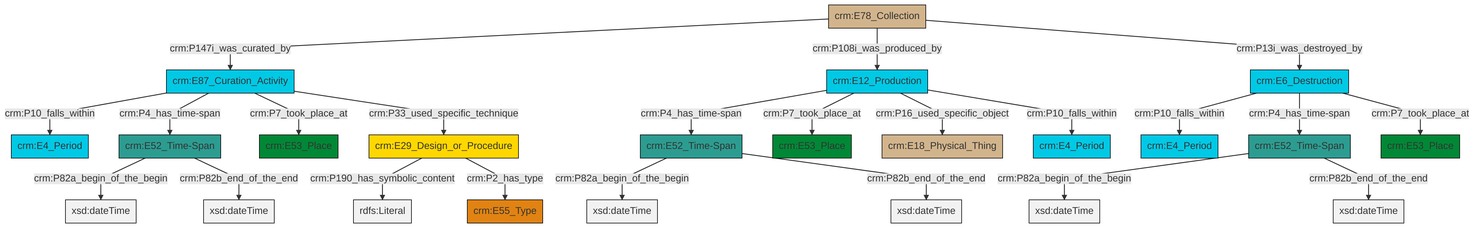
swiss-art-research-net/docs.swissartresearch keeps this Mermaid diagram as et/archivalCSV/ttl/mmd/png/archival_existence.png. Above is the earlier version. Its source is kept beside it as et/archivalCSV/ttl/mmd/archival_existence.ttl.mmd.
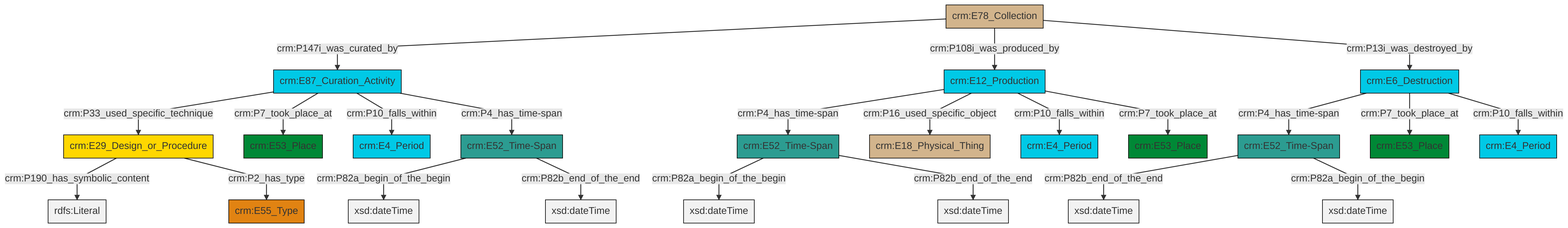
The same diagram one commit later.

The edit, as a diff of the source:
```diff
@@ -13,25 +13,25 @@
 classDef PC_Classes fill:#4ce600, stroke:#000000;
 classDef Multi fill:#cccccc,stroke:#000000;
 
-0["crm:E52_Time-Span"]:::Time-Span -->|crm:P82a_begin_of_the_begin| 1[xsd:dateTime]:::Literal
-2["crm:E29_Design_or_Procedure"]:::Conceptual_Object -->|crm:P190_has_symbolic_content| 3[rdfs:Literal]:::Literal
-6["crm:E87_Curation_Activity"]:::Temporal_Entity -->|crm:P10_falls_within| 7["crm:E4_Period"]:::Temporal_Entity
-2["crm:E29_Design_or_Procedure"]:::Conceptual_Object -->|crm:P2_has_type| 12["crm:E55_Type"]:::Type
+4["crm:E29_Design_or_Procedure"]:::Conceptual_Object -->|crm:P190_has_symbolic_content| 5[rdfs:Literal]:::Literal
+6["crm:E87_Curation_Activity"]:::Temporal_Entity -->|crm:P33_used_specific_technique| 4["crm:E29_Design_or_Procedure"]:::Conceptual_Object
+14["crm:E12_Production"]:::Temporal_Entity -->|crm:P4_has_time-span| 15["crm:E52_Time-Span"]:::Time-Span
+16["crm:E6_Destruction"]:::Temporal_Entity -->|crm:P4_has_time-span| 12["crm:E52_Time-Span"]:::Time-Span
+15["crm:E52_Time-Span"]:::Time-Span -->|crm:P82a_begin_of_the_begin| 17[xsd:dateTime]:::Literal
+14["crm:E12_Production"]:::Temporal_Entity -->|crm:P16_used_specific_object| 18["crm:E18_Physical_Thing"]:::Physical_Thing
+6["crm:E87_Curation_Activity"]:::Temporal_Entity -->|crm:P7_took_place_at| 0["crm:E53_Place"]:::Place
+8["crm:E52_Time-Span"]:::Time-Span -->|crm:P82a_begin_of_the_begin| 19[xsd:dateTime]:::Literal
+8["crm:E52_Time-Span"]:::Time-Span -->|crm:P82b_end_of_the_end| 20[xsd:dateTime]:::Literal
+16["crm:E6_Destruction"]:::Temporal_Entity -->|crm:P7_took_place_at| 10["crm:E53_Place"]:::Place
+12["crm:E52_Time-Span"]:::Time-Span -->|crm:P82b_end_of_the_end| 24[xsd:dateTime]:::Literal
+16["crm:E6_Destruction"]:::Temporal_Entity -->|crm:P10_falls_within| 25["crm:E4_Period"]:::Temporal_Entity
+21["crm:E78_Collection"]:::Physical_Thing -->|crm:P147i_was_curated_by| 6["crm:E87_Curation_Activity"]:::Temporal_Entity
+6["crm:E87_Curation_Activity"]:::Temporal_Entity -->|crm:P10_falls_within| 28["crm:E4_Period"]:::Temporal_Entity
+21["crm:E78_Collection"]:::Physical_Thing -->|crm:P108i_was_produced_by| 14["crm:E12_Production"]:::Temporal_Entity
 6["crm:E87_Curation_Activity"]:::Temporal_Entity -->|crm:P4_has_time-span| 8["crm:E52_Time-Span"]:::Time-Span
-17["crm:E78_Collection"]:::Physical_Thing -->|crm:P147i_was_curated_by| 6["crm:E87_Curation_Activity"]:::Temporal_Entity
-6["crm:E87_Curation_Activity"]:::Temporal_Entity -->|crm:P7_took_place_at| 18["crm:E53_Place"]:::Place
-19["crm:E6_Destruction"]:::Temporal_Entity -->|crm:P10_falls_within| 20["crm:E4_Period"]:::Temporal_Entity
-8["crm:E52_Time-Span"]:::Time-Span -->|crm:P82a_begin_of_the_begin| 23[xsd:dateTime]:::Literal
-4["crm:E12_Production"]:::Temporal_Entity -->|crm:P4_has_time-span| 0["crm:E52_Time-Span"]:::Time-Span
-6["crm:E87_Curation_Activity"]:::Temporal_Entity -->|crm:P33_used_specific_technique| 2["crm:E29_Design_or_Procedure"]:::Conceptual_Object
-10["crm:E52_Time-Span"]:::Time-Span -->|crm:P82a_begin_of_the_begin| 25[xsd:dateTime]:::Literal
-4["crm:E12_Production"]:::Temporal_Entity -->|crm:P7_took_place_at| 27["crm:E53_Place"]:::Place
-19["crm:E6_Destruction"]:::Temporal_Entity -->|crm:P4_has_time-span| 10["crm:E52_Time-Span"]:::Time-Span
-4["crm:E12_Production"]:::Temporal_Entity -->|crm:P16_used_specific_object| 13["crm:E18_Physical_Thing"]:::Physical_Thing
-19["crm:E6_Destruction"]:::Temporal_Entity -->|crm:P7_took_place_at| 21["crm:E53_Place"]:::Place
-10["crm:E52_Time-Span"]:::Time-Span -->|crm:P82b_end_of_the_end| 30[xsd:dateTime]:::Literal
-4["crm:E12_Production"]:::Temporal_Entity -->|crm:P10_falls_within| 32["crm:E4_Period"]:::Temporal_Entity
-0["crm:E52_Time-Span"]:::Time-Span -->|crm:P82b_end_of_the_end| 34[xsd:dateTime]:::Literal
-8["crm:E52_Time-Span"]:::Time-Span -->|crm:P82b_end_of_the_end| 35[xsd:dateTime]:::Literal
-17["crm:E78_Collection"]:::Physical_Thing -->|crm:P108i_was_produced_by| 4["crm:E12_Production"]:::Temporal_Entity
-17["crm:E78_Collection"]:::Physical_Thing -->|crm:P13i_was_destroyed_by| 19["crm:E6_Destruction"]:::Temporal_Entity
+14["crm:E12_Production"]:::Temporal_Entity -->|crm:P10_falls_within| 29["crm:E4_Period"]:::Temporal_Entity
+4["crm:E29_Design_or_Procedure"]:::Conceptual_Object -->|crm:P2_has_type| 30["crm:E55_Type"]:::Type
+21["crm:E78_Collection"]:::Physical_Thing -->|crm:P13i_was_destroyed_by| 16["crm:E6_Destruction"]:::Temporal_Entity
+15["crm:E52_Time-Span"]:::Time-Span -->|crm:P82b_end_of_the_end| 35[xsd:dateTime]:::Literal
+14["crm:E12_Production"]:::Temporal_Entity -->|crm:P7_took_place_at| 2["crm:E53_Place"]:::Place
+12["crm:E52_Time-Span"]:::Time-Span -->|crm:P82a_begin_of_the_begin| 37[xsd:dateTime]:::Literal
```
